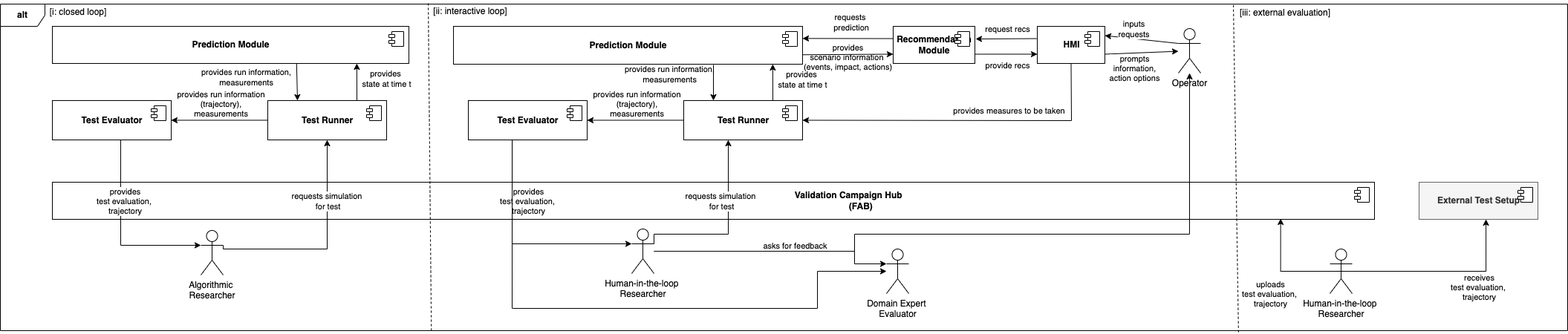
flatland-association/flatland-benchmarks keeps this draw.io diagram as docs/img/readme/Closed_and_Interactive_Loop_Eval.drawio.png. Above is the earlier version. Source tidied: cells renumbered, new cells last; positions are measured from the earlier drawing's top-left corner, leaving out a move shared by most shapes.
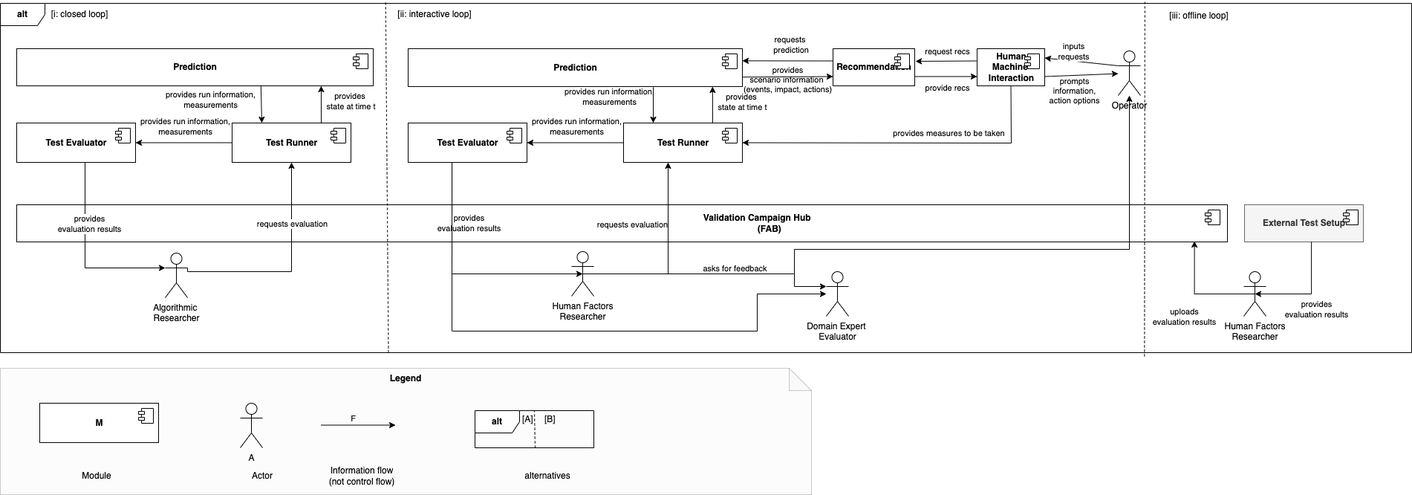
The same diagram one commit later.

Diff of the diagram source:
```diff
@@ -5,6 +5,6 @@
     <mxCell id="2" value="&lt;b&gt;alt&lt;/b&gt;" style="shape=umlFrame;whiteSpace=wrap;html=1;labelBackgroundColor=none;verticalAlign=middle;" parent="1" vertex="1">
-      <mxGeometry y="5" width="2110" height="440" as="geometry" />
+      <mxGeometry x="48" y="-26" width="1900" height="470" as="geometry" />
     </mxCell>
     <mxCell id="3" value="&lt;b&gt;&amp;nbsp; &amp;nbsp; &amp;nbsp; &amp;nbsp; &amp;nbsp; &amp;nbsp; &amp;nbsp; &amp;nbsp; &amp;nbsp; &amp;nbsp; &amp;nbsp; &amp;nbsp; &amp;nbsp; &amp;nbsp; &amp;nbsp; &amp;nbsp; &amp;nbsp; &amp;nbsp; &amp;nbsp; &amp;nbsp; &amp;nbsp; &amp;nbsp; &amp;nbsp; &amp;nbsp; &amp;nbsp; &amp;nbsp; &amp;nbsp; &amp;nbsp; &amp;nbsp; &amp;nbsp; &amp;nbsp; &amp;nbsp; &amp;nbsp; &amp;nbsp; &amp;nbsp; &amp;nbsp; &amp;nbsp; &amp;nbsp; &amp;nbsp; &amp;nbsp; &amp;nbsp; &amp;nbsp; &amp;nbsp; &amp;nbsp; &amp;nbsp; &amp;nbsp; &amp;nbsp; &amp;nbsp; &amp;nbsp; &amp;nbsp; &amp;nbsp; &amp;nbsp; &amp;nbsp; &amp;nbsp; &amp;nbsp;Validation Campaign Hub&lt;br&gt;&amp;nbsp; &amp;nbsp; &amp;nbsp; &amp;nbsp; &amp;nbsp; &amp;nbsp; &amp;nbsp; &amp;nbsp; &amp;nbsp; &amp;nbsp; &amp;nbsp; &amp;nbsp; &amp;nbsp; &amp;nbsp; &amp;nbsp; &amp;nbsp; &amp;nbsp; &amp;nbsp; &amp;nbsp; &amp;nbsp; &amp;nbsp; &amp;nbsp; &amp;nbsp; &amp;nbsp; &amp;nbsp; &amp;nbsp; &amp;nbsp; &amp;nbsp; &amp;nbsp; &amp;nbsp; &amp;nbsp; &amp;nbsp; &amp;nbsp; &amp;nbsp; &amp;nbsp; &amp;nbsp; &amp;nbsp; &amp;nbsp; &amp;nbsp; &amp;nbsp; &amp;nbsp; &amp;nbsp; &amp;nbsp; &amp;nbsp; &amp;nbsp; &amp;nbsp; &amp;nbsp; &amp;nbsp; &amp;nbsp; &amp;nbsp; &amp;nbsp; &amp;nbsp; &amp;nbsp; &amp;nbsp; &amp;nbsp; &amp;nbsp; &amp;nbsp; &amp;nbsp; &amp;nbsp; &amp;nbsp;(FAB)&lt;/b&gt;" style="html=1;" parent="1" vertex="1">
-      <mxGeometry x="70" y="245" width="1780" height="50" as="geometry" />
+      <mxGeometry x="70" y="245" width="1630" height="50" as="geometry" />
     </mxCell>
@@ -12,6 +12,6 @@
       <mxGeometry x="1" width="20" height="20" relative="1" as="geometry">
-        <mxPoint x="-27" y="7" as="offset" />
+        <mxPoint x="-30" y="7" as="offset" />
       </mxGeometry>
     </mxCell>
-    <mxCell id="5" value="&lt;b&gt;Prediction Module&lt;/b&gt;" style="html=1;verticalAlign=middle;" parent="1" vertex="1">
+    <mxCell id="5" value="&lt;b&gt;Prediction&lt;/b&gt;" style="html=1;verticalAlign=middle;" parent="1" vertex="1">
       <mxGeometry x="70" y="35" width="480" height="50" as="geometry" />
@@ -23,4 +23,4 @@
     </mxCell>
-    <mxCell id="7" value="&lt;b&gt;Prediction Module&lt;/b&gt;" style="html=1;verticalAlign=middle;" parent="1" vertex="1">
-      <mxGeometry x="610" y="35" width="470" height="51" as="geometry" />
+    <mxCell id="7" value="&lt;b&gt;Prediction&lt;/b&gt;" style="html=1;verticalAlign=middle;" parent="1" vertex="1">
+      <mxGeometry x="597" y="35" width="450" height="51" as="geometry" />
     </mxCell>
@@ -42,3 +42,3 @@
     </mxCell>
-    <mxCell id="11" value="requests simulation&amp;nbsp;&lt;br&gt;for test" style="edgeLabel;html=1;align=center;verticalAlign=middle;" parent="10" vertex="1">
+    <mxCell id="11" value="requests evaluation" style="edgeLabel;html=1;align=center;verticalAlign=middle;" parent="10" vertex="1">
       <mxGeometry x="-0.13" y="-3" relative="1" as="geometry">
@@ -47,7 +47,7 @@
     </mxCell>
-    <mxCell id="12" value="Human-in-the-loop &lt;br&gt;Researcher" style="shape=umlActor;verticalLabelPosition=bottom;verticalAlign=top;html=1;outlineConnect=0;" parent="1" vertex="1">
-      <mxGeometry x="850" y="308" width="30" height="60" as="geometry" />
+    <mxCell id="12" value="Human Factors&lt;br&gt;Researcher" style="shape=umlActor;verticalLabelPosition=bottom;verticalAlign=top;html=1;outlineConnect=0;" parent="1" vertex="1">
+      <mxGeometry x="817" y="308" width="30" height="60" as="geometry" />
     </mxCell>
     <mxCell id="13" value="Domain Expert &lt;br&gt;Evaluator" style="shape=umlActor;verticalLabelPosition=bottom;verticalAlign=top;html=1;outlineConnect=0;" parent="1" vertex="1">
-      <mxGeometry x="1193" y="335" width="30" height="60" as="geometry" />
+      <mxGeometry x="1160" y="335" width="30" height="60" as="geometry" />
     </mxCell>
@@ -60,3 +60,3 @@
     </mxCell>
-    <mxCell id="15" value="provides&lt;br&gt;test evaluation, &lt;br&gt;trajectory" style="edgeLabel;html=1;align=center;verticalAlign=middle;" parent="14" vertex="1">
+    <mxCell id="15" value="provides&lt;br&gt;evaluation results" style="edgeLabel;html=1;align=center;verticalAlign=middle;" parent="14" vertex="1">
       <mxGeometry x="0.33" y="3" relative="1" as="geometry">
@@ -65,7 +65,6 @@
     </mxCell>
-    <mxCell id="16" style="endArrow=none;startArrow=classic;html=1;rounded=0;edgeStyle=orthogonalEdgeStyle;startFill=1;endFill=0;entryX=1;entryY=0.3333333333333333;entryDx=0;entryDy=0;entryPerimeter=0;" parent="1" edge="1" source="35" target="12">
+    <mxCell id="16" style="endArrow=none;startArrow=classic;html=1;rounded=0;edgeStyle=orthogonalEdgeStyle;startFill=1;endFill=0;entryX=0.5;entryY=0.5;entryDx=0;entryDy=0;entryPerimeter=0;" parent="1" edge="1" source="35" target="12">
       <mxGeometry relative="1" as="geometry">
         <Array as="points">
-          <mxPoint x="980" y="315" />
-          <mxPoint x="880" y="315" />
+          <mxPoint x="947" y="338" />
         </Array>
@@ -73,11 +72,11 @@
     </mxCell>
-    <mxCell id="17" value="requests simulation&amp;nbsp;&lt;br&gt;for test" style="edgeLabel;html=1;align=center;verticalAlign=middle;" parent="16" vertex="1">
+    <mxCell id="17" value="requests evaluation" style="edgeLabel;html=1;align=center;verticalAlign=middle;" parent="16" vertex="1">
       <mxGeometry x="-0.49" y="2" relative="1" as="geometry">
-        <mxPoint x="-12" y="20" as="offset" />
+        <mxPoint x="-51" y="15" as="offset" />
       </mxGeometry>
     </mxCell>
-    <mxCell id="18" style="endArrow=classic;startArrow=none;html=1;rounded=0;edgeStyle=orthogonalEdgeStyle;startFill=0;endFill=1;entryX=0;entryY=0.3333333333333333;entryDx=0;entryDy=0;entryPerimeter=0;exitX=0.369;exitY=1.025;exitDx=0;exitDy=0;exitPerimeter=0;" parent="1" edge="1" source="31" target="12">
+    <mxCell id="18" style="endArrow=classic;startArrow=none;html=1;rounded=0;edgeStyle=orthogonalEdgeStyle;startFill=0;endFill=1;entryX=0.5;entryY=0.5;entryDx=0;entryDy=0;entryPerimeter=0;exitX=0.369;exitY=1.025;exitDx=0;exitDy=0;exitPerimeter=0;" parent="1" edge="1" source="31" target="12">
       <mxGeometry relative="1" as="geometry">
         <Array as="points">
-          <mxPoint x="689" y="328" />
+          <mxPoint x="656" y="338" />
         </Array>
@@ -85,5 +84,5 @@
     </mxCell>
-    <mxCell id="19" value="provides&lt;br&gt;test evaluation, &lt;br&gt;trajectory" style="edgeLabel;html=1;align=center;verticalAlign=middle;" parent="18" vertex="1">
+    <mxCell id="19" value="provides&lt;br&gt;evaluation results" style="edgeLabel;html=1;align=center;verticalAlign=middle;" parent="18" vertex="1">
       <mxGeometry x="-0.58" y="-1" relative="1" as="geometry">
-        <mxPoint x="22" y="18" as="offset" />
+        <mxPoint x="23" y="12" as="offset" />
       </mxGeometry>
@@ -101,3 +100,3 @@
     </mxCell>
-    <mxCell id="23" value="provides run information&lt;br&gt;(trajectory),&lt;br&gt;measurements" style="edgeLabel;html=1;align=center;verticalAlign=middle;" parent="22" vertex="1">
+    <mxCell id="23" value="provides run information,&lt;br&gt;measurements" style="edgeLabel;html=1;align=center;verticalAlign=middle;" parent="22" vertex="1">
       <mxGeometry x="-0.12" y="-1" relative="1" as="geometry">
@@ -109,5 +108,5 @@
         <Array as="points">
-          <mxPoint x="1601" y="315" />
-          <mxPoint x="1150" y="315" />
-          <mxPoint x="1150" y="338" />
+          <mxPoint x="1568" y="305" />
+          <mxPoint x="1117" y="305" />
+          <mxPoint x="1117" y="338" />
         </Array>
@@ -140,3 +139,3 @@
     <mxCell id="31" value="&lt;b&gt;Test Evaluator&lt;/b&gt;" style="html=1;verticalAlign=middle;" parent="1" vertex="1">
-      <mxGeometry x="630" y="135" width="160" height="53" as="geometry" />
+      <mxGeometry x="597" y="135" width="160" height="53" as="geometry" />
     </mxCell>
@@ -150,3 +149,3 @@
     </mxCell>
-    <mxCell id="34" value="provides run information&lt;br&gt;(trajectory),&lt;br&gt;measurements" style="edgeLabel;html=1;align=center;verticalAlign=middle;labelBackgroundColor=none;" parent="33" vertex="1">
+    <mxCell id="34" value="provides run information,&lt;br&gt;measurements" style="edgeLabel;html=1;align=center;verticalAlign=middle;labelBackgroundColor=none;" parent="33" vertex="1">
       <mxGeometry x="-0.12" y="-1" relative="1" as="geometry">
@@ -156,3 +155,3 @@
     <mxCell id="35" value="&lt;b&gt;Test Runner&lt;br&gt;&lt;/b&gt;" style="html=1;verticalAlign=middle;" parent="1" vertex="1">
-      <mxGeometry x="920" y="135" width="160" height="53" as="geometry" />
+      <mxGeometry x="887" y="135" width="160" height="53" as="geometry" />
     </mxCell>
@@ -165,3 +164,3 @@
       <mxGeometry relative="1" as="geometry">
-        <mxPoint x="1039.9" y="86" as="targetPoint" />
+        <mxPoint x="1006.9" y="86" as="targetPoint" />
       </mxGeometry>
@@ -175,3 +174,3 @@
       <mxGeometry relative="1" as="geometry">
-        <mxPoint x="960" y="87" as="sourcePoint" />
+        <mxPoint x="927" y="87" as="sourcePoint" />
       </mxGeometry>
@@ -183,4 +182,4 @@
     </mxCell>
-    <mxCell id="41" value="&lt;b&gt;HMI&lt;/b&gt;" style="html=1;verticalAlign=middle;" parent="1" vertex="1">
-      <mxGeometry x="1396" y="35" width="91" height="50" as="geometry" />
+    <mxCell id="41" value="&lt;b&gt;Human&lt;br&gt;Machine&amp;nbsp;&lt;br&gt;Interaction&lt;/b&gt;" style="html=1;verticalAlign=middle;" parent="1" vertex="1">
+      <mxGeometry x="1363" y="35" width="91" height="50" as="geometry" />
     </mxCell>
@@ -192,3 +191,3 @@
     <mxCell id="43" value="Operator" style="shape=umlActor;verticalLabelPosition=bottom;verticalAlign=top;html=1;outlineConnect=0;" parent="1" vertex="1">
-      <mxGeometry x="1586" y="38" width="30" height="60" as="geometry" />
+      <mxGeometry x="1553" y="38" width="30" height="60" as="geometry" />
     </mxCell>
@@ -226,4 +225,4 @@
     </mxCell>
-    <mxCell id="52" value="&lt;b&gt;Recommendation&lt;br&gt;Module&lt;br&gt;&lt;/b&gt;" style="html=1;verticalAlign=middle;" parent="1" vertex="1">
-      <mxGeometry x="1202" y="35" width="110" height="50" as="geometry" />
+    <mxCell id="52" value="&lt;b&gt;Recommendation&lt;br&gt;&lt;/b&gt;" style="html=1;verticalAlign=middle;" parent="1" vertex="1">
+      <mxGeometry x="1169" y="35" width="110" height="50" as="geometry" />
     </mxCell>
@@ -243,4 +242,4 @@
         <Array as="points">
-          <mxPoint x="1150" y="355" />
-          <mxPoint x="1150" y="338" />
+          <mxPoint x="1117" y="355" />
+          <mxPoint x="1117" y="338" />
         </Array>
@@ -256,5 +255,5 @@
         <Array as="points">
-          <mxPoint x="690" y="415" />
-          <mxPoint x="1181" y="415" />
-          <mxPoint x="1100" y="415" />
+          <mxPoint x="657" y="415" />
+          <mxPoint x="1148" y="415" />
+          <mxPoint x="1067" y="415" />
         </Array>
@@ -265,3 +264,3 @@
         <Array as="points">
-          <mxPoint x="1442" y="162" />
+          <mxPoint x="1409" y="162" />
         </Array>
@@ -274,9 +273,10 @@
     </mxCell>
-    <mxCell id="61" value="Human-in-the-loop &lt;br&gt;Researcher" style="shape=umlActor;verticalLabelPosition=bottom;verticalAlign=top;html=1;outlineConnect=0;" parent="1" vertex="1">
-      <mxGeometry x="1790" y="335" width="30" height="60" as="geometry" />
+    <mxCell id="61" value="Human Factors&lt;br&gt;Researcher" style="shape=umlActor;verticalLabelPosition=bottom;verticalAlign=top;html=1;outlineConnect=0;" parent="1" vertex="1">
+      <mxGeometry x="1722" y="335" width="30" height="60" as="geometry" />
     </mxCell>
-    <mxCell id="62" style="endArrow=classic;startArrow=none;html=1;rounded=0;edgeStyle=orthogonalEdgeStyle;startFill=0;endFill=1;entryX=0.929;entryY=0.98;entryDx=0;entryDy=0;entryPerimeter=0;exitX=0.5;exitY=0.5;exitDx=0;exitDy=0;exitPerimeter=0;" parent="1" edge="1" source="61" target="3">
+    <mxCell id="62" style="endArrow=classic;startArrow=none;html=1;rounded=0;edgeStyle=orthogonalEdgeStyle;startFill=0;endFill=1;entryX=0.929;entryY=0.98;entryDx=0;entryDy=0;entryPerimeter=0;exitX=0.5;exitY=0.5;exitDx=0;exitDy=0;exitPerimeter=0;" parent="1" edge="1" source="61">
       <mxGeometry relative="1" as="geometry">
+        <mxPoint x="1655.6" y="294" as="targetPoint" />
         <Array as="points">
-          <mxPoint x="1724" y="365" />
+          <mxPoint x="1656" y="365" />
         </Array>
@@ -284,3 +284,3 @@
     </mxCell>
-    <mxCell id="63" value="uploads&lt;br&gt;test evaluation, &lt;br&gt;trajectory" style="edgeLabel;html=1;align=center;verticalAlign=middle;" parent="62" vertex="1">
+    <mxCell id="63" value="uploads&lt;br&gt;evaluation results" style="edgeLabel;html=1;align=center;verticalAlign=middle;" parent="62" vertex="1">
       <mxGeometry x="0.33" y="3" relative="1" as="geometry">
@@ -290,3 +290,3 @@
     <mxCell id="64" value="&lt;b&gt;External Test Setup&lt;/b&gt;" style="html=1;verticalAlign=middle;fillColor=#f5f5f5;fontColor=#333333;strokeColor=#666666;" parent="1" vertex="1">
-      <mxGeometry x="1910" y="245" width="160" height="50" as="geometry" />
+      <mxGeometry x="1723" y="245" width="160" height="50" as="geometry" />
     </mxCell>
@@ -297,8 +297,12 @@
     </mxCell>
-    <mxCell id="66" style="endArrow=classic;startArrow=none;html=1;rounded=0;edgeStyle=orthogonalEdgeStyle;startFill=0;endFill=1;entryX=0.563;entryY=1;entryDx=0;entryDy=0;entryPerimeter=0;exitX=0.5;exitY=0.5;exitDx=0;exitDy=0;exitPerimeter=0;" parent="1" edge="1" source="61" target="64">
-      <mxGeometry relative="1" as="geometry" />
+    <mxCell id="66" style="endArrow=none;startArrow=classic;html=1;rounded=0;edgeStyle=orthogonalEdgeStyle;startFill=1;endFill=0;entryX=0.563;entryY=1;entryDx=0;entryDy=0;entryPerimeter=0;exitX=0.5;exitY=0.5;exitDx=0;exitDy=0;exitPerimeter=0;" parent="1" edge="1" source="61" target="64">
+      <mxGeometry relative="1" as="geometry">
+        <Array as="points">
+          <mxPoint x="1813" y="365" />
+        </Array>
+      </mxGeometry>
     </mxCell>
-    <mxCell id="67" value="receives&lt;br&gt;test evaluation, &lt;br&gt;trajectory" style="edgeLabel;html=1;align=center;verticalAlign=middle;" parent="66" vertex="1">
+    <mxCell id="67" value="provides&lt;br&gt;evaluation results" style="edgeLabel;html=1;align=center;verticalAlign=middle;" parent="66" vertex="1">
       <mxGeometry x="0.33" y="3" relative="1" as="geometry">
-        <mxPoint x="9" y="24" as="offset" />
+        <mxPoint x="9" y="41" as="offset" />
       </mxGeometry>
@@ -308,5 +312,5 @@
     </mxCell>
-    <mxCell id="69" style="endArrow=none;dashed=1;html=1;rounded=0;exitX=0.79;exitY=1.005;exitDx=0;exitDy=0;exitPerimeter=0;" parent="1" edge="1" source="2">
+    <mxCell id="69" style="endArrow=none;dashed=1;html=1;rounded=0;exitX=0.785;exitY=1.009;exitDx=0;exitDy=0;exitPerimeter=0;entryX=0.811;entryY=-0.004;entryDx=0;entryDy=0;entryPerimeter=0;" parent="1" edge="1" target="2">
       <mxGeometry relative="1" as="geometry">
-        <mxPoint x="1660" y="5" as="targetPoint" />
+        <mxPoint x="1588.4" y="449" as="sourcePoint" />
       </mxGeometry>
@@ -314,10 +318,61 @@
     <mxCell id="70" value="[ii: interactive loop]" style="text;html=1;strokeColor=none;fillColor=none;align=center;verticalAlign=middle;whiteSpace=wrap;rounded=0;labelBackgroundColor=none;" parent="1" vertex="1">
-      <mxGeometry x="568" width="130" height="30" as="geometry" />
+      <mxGeometry x="568" y="-26" width="130" height="30" as="geometry" />
     </mxCell>
     <mxCell id="71" value="[i: closed loop]" style="text;html=1;strokeColor=none;fillColor=none;align=center;verticalAlign=middle;whiteSpace=wrap;rounded=0;labelBackgroundColor=none;" parent="1" vertex="1">
-      <mxGeometry x="40" y="1" width="130" height="30" as="geometry" />
+      <mxGeometry x="90" y="-26" width="130" height="30" as="geometry" />
     </mxCell>
-    <mxCell id="72" value="[iii: external evaluation]" style="text;html=1;strokeColor=none;fillColor=none;align=center;verticalAlign=middle;whiteSpace=wrap;rounded=0;labelBackgroundColor=none;" parent="1" vertex="1">
-      <mxGeometry x="1665" y="2" width="130" height="30" as="geometry" />
+    <mxCell id="72" value="[iii: offline loop]" style="text;html=1;strokeColor=none;fillColor=none;align=center;verticalAlign=middle;whiteSpace=wrap;rounded=0;labelBackgroundColor=none;" parent="1" vertex="1">
+      <mxGeometry x="1597" y="-24" width="130" height="30" as="geometry" />
     </mxCell>
+    <mxCell id="73" value="&lt;b&gt;Legend&lt;/b&gt;" style="shape=note;whiteSpace=wrap;html=1;backgroundOutline=1;darkOpacity=0.05;fillColor=#F2F2F2;verticalAlign=top;gradientColor=none;opacity=20;" parent="1" vertex="1">
+      <mxGeometry x="48" y="465" width="1092" height="170" as="geometry" />
+    </mxCell>
+    <mxCell id="74" value="&lt;b&gt;M&lt;br&gt;&lt;/b&gt;" style="html=1;verticalAlign=middle;" parent="1" vertex="1">
+      <mxGeometry x="101" y="512" width="160" height="53" as="geometry" />
+    </mxCell>
+    <mxCell id="75" style="shape=module;jettyWidth=8;jettyHeight=4;verticalAlign=middle;" parent="74" vertex="1">
+      <mxGeometry x="1" width="20" height="20" relative="1" as="geometry">
+        <mxPoint x="-27" y="7" as="offset" />
+      </mxGeometry>
+    </mxCell>
+    <mxCell id="76" value="Module" style="text;html=1;strokeColor=none;fillColor=none;align=center;verticalAlign=middle;whiteSpace=wrap;rounded=0;labelBackgroundColor=none;" parent="1" vertex="1">
+      <mxGeometry x="148" y="595" width="60" height="30" as="geometry" />
+    </mxCell>
+    <mxCell id="77" value="A" style="shape=umlActor;verticalLabelPosition=bottom;verticalAlign=top;html=1;" parent="1" vertex="1">
+      <mxGeometry x="371" y="512" width="30" height="60" as="geometry" />
+    </mxCell>
+    <mxCell id="78" value="Actor" style="text;html=1;strokeColor=none;fillColor=none;align=center;verticalAlign=middle;whiteSpace=wrap;rounded=0;labelBackgroundColor=none;" parent="1" vertex="1">
+      <mxGeometry x="371" y="595" width="60" height="30" as="geometry" />
+    </mxCell>
+    <mxCell id="79" value="&lt;b&gt;alt&lt;/b&gt;" style="shape=umlFrame;whiteSpace=wrap;html=1;labelBackgroundColor=none;verticalAlign=middle;" parent="1" vertex="1">
+      <mxGeometry x="687" y="522" width="160" height="50" as="geometry" />
+    </mxCell>
+    <mxCell id="80" style="endArrow=none;dashed=1;html=1;rounded=0;entryX=0.273;entryY=-0.008;entryDx=0;entryDy=0;entryPerimeter=0;exitX=0.506;exitY=1;exitDx=0;exitDy=0;exitPerimeter=0;" parent="1" edge="1" source="79">
+      <mxGeometry relative="1" as="geometry">
+        <mxPoint x="767" y="522" as="targetPoint" />
+      </mxGeometry>
+    </mxCell>
+    <mxCell id="81" value="[A]" style="text;html=1;strokeColor=none;fillColor=none;align=left;verticalAlign=middle;whiteSpace=wrap;rounded=0;labelBackgroundColor=none;" parent="1" vertex="1">
+      <mxGeometry x="749" y="519" width="20" height="30" as="geometry" />
+    </mxCell>
+    <mxCell id="82" value="[B]" style="text;html=1;strokeColor=none;fillColor=none;align=left;verticalAlign=middle;whiteSpace=wrap;rounded=0;labelBackgroundColor=none;" parent="1" vertex="1">
+      <mxGeometry x="779" y="519" width="20" height="30" as="geometry" />
+    </mxCell>
+    <mxCell id="83" style="endArrow=classic;html=1;rounded=0;" parent="1" edge="1">
+      <mxGeometry relative="1" as="geometry">
+        <mxPoint x="480" y="541.5" as="sourcePoint" />
+        <mxPoint x="580" y="541.5" as="targetPoint" />
+      </mxGeometry>
+    </mxCell>
+    <mxCell id="84" value="F" style="edgeLabel;html=1;align=center;verticalAlign=middle;" parent="83" vertex="1">
+      <mxGeometry x="-0.16" y="-1" relative="1" as="geometry">
+        <mxPoint y="-10" as="offset" />
+      </mxGeometry>
+    </mxCell>
+    <mxCell id="85" value="Information flow (not control flow)" style="text;html=1;strokeColor=none;fillColor=none;align=center;verticalAlign=middle;whiteSpace=wrap;rounded=0;labelBackgroundColor=none;" parent="1" vertex="1">
+      <mxGeometry x="480" y="595" width="110" height="30" as="geometry" />
+    </mxCell>
+    <mxCell id="86" value="alternatives" style="text;html=1;strokeColor=none;fillColor=none;align=center;verticalAlign=middle;whiteSpace=wrap;rounded=0;labelBackgroundColor=none;" parent="1" vertex="1">
+      <mxGeometry x="730" y="595" width="110" height="30" as="geometry" />
+    </mxCell>
   </root>
```
